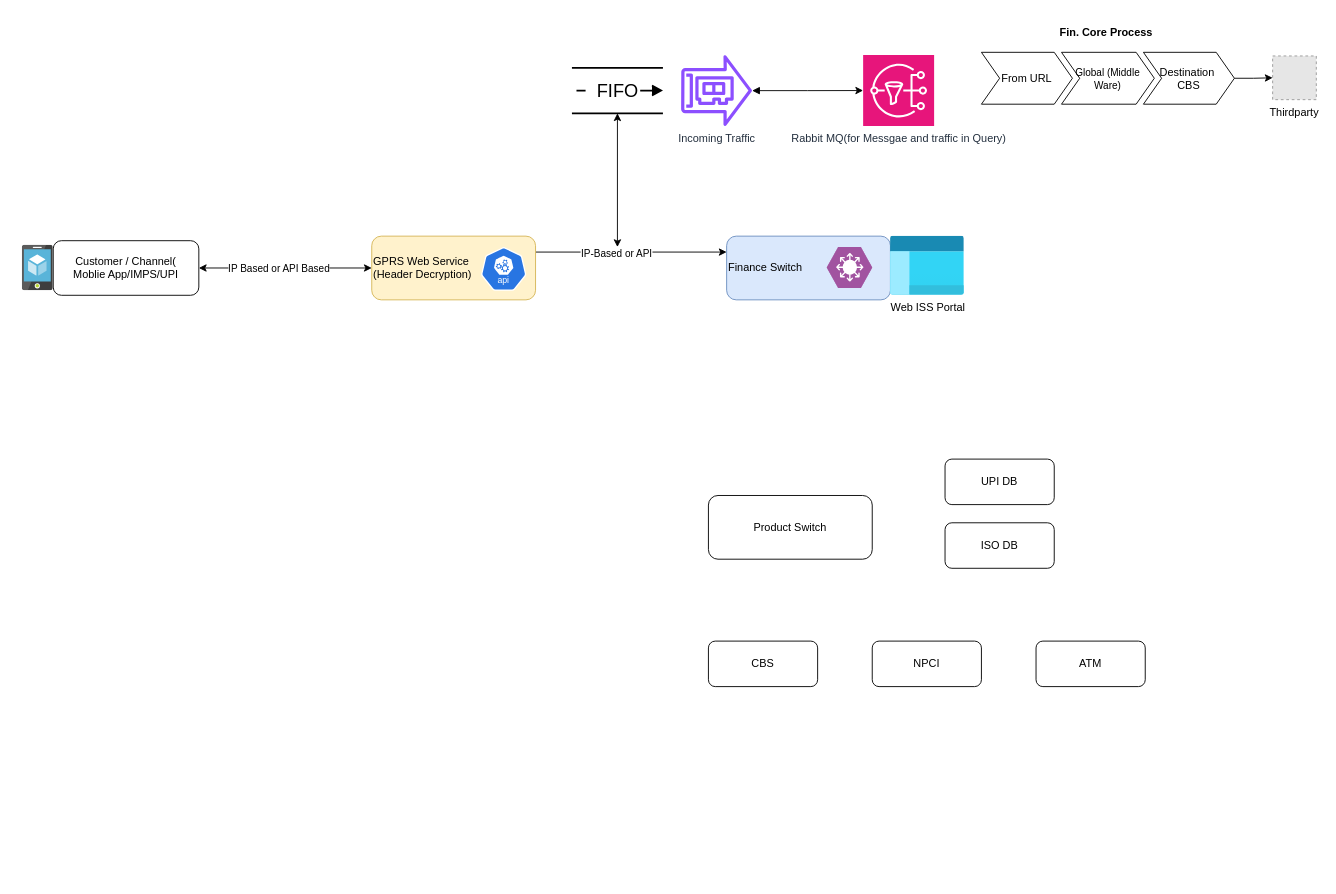
The draw.io diagram REDTEAM/Fin Flow.drawio in inarhsec/HexWriteUp, before the edit. Source tidied: cells renumbered, new cells numbered last; positions are measured from the earlier drawing's top-left corner, leaving out a move shared by most shapes. Both pictures are drawn from the tidied source at 91%, with x=0, y=0 at pixel (22, 22). Pictures stored in the file or linked from it are replaced by grey dashed boxes.
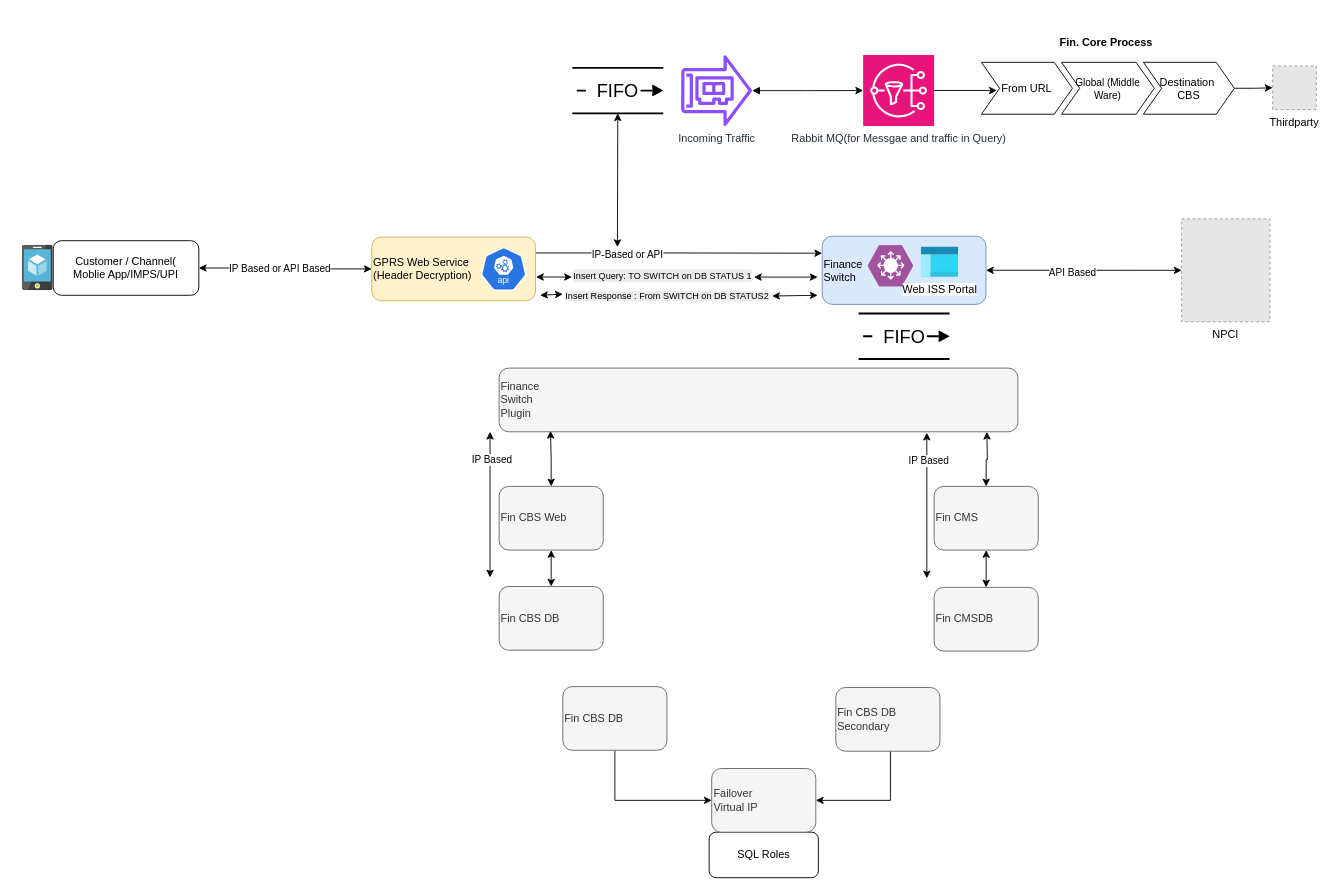
The same page after the edit.

The change refers to these unchanged cells:
```xml
<mxCell id="5" style="edgeStyle=orthogonalEdgeStyle;rounded=0;jettySize=auto;html=1;exitX=1;exitY=0.25;exitDx=0;exitDy=0;entryX=0;entryY=0.25;entryDx=0;entryDy=0;" parent="1" edge="1" source="7" target="8">
  <mxGeometry relative="1" as="geometry" />
</mxCell>
<mxCell id="31" value="Rabbit MQ(for Messgae and traffic in Query)" style="sketch=0;points=[[0,0,0],[0.25,0,0],[0.5,0,0],[0.75,0,0],[1,0,0],[0,1,0],[0.25,1,0],[0.5,1,0],[0.75,1,0],[1,1,0],[0,0.25,0],[0,0.5,0],[0,0.75,0],[1,0.25,0],[1,0.5,0],[1,0.75,0]];outlineConnect=0;fontColor=#232F3E;fillColor=#E7157B;strokeColor=#ffffff;dashed=0;verticalLabelPosition=bottom;verticalAlign=top;align=center;html=1;fontSize=12;fontStyle=0;shape=mxgraph.aws4.resourceIcon;resIcon=mxgraph.aws4.sns;" parent="1" vertex="1">
  <mxGeometry x="924" y="36" width="78" height="78" as="geometry" />
</mxCell>
<mxCell id="34" value="From URL" style="shape=step;perimeter=stepPerimeter;fixedSize=1;points=[];whiteSpace=wrap;html=1;" parent="33" vertex="1">
  <mxGeometry x="10" y="33" width="100" height="57" as="geometry" />
</mxCell>
```

Diff of the diagram source:
```diff
@@
     <mxCell id="6" value="IP-Based or API" style="edgeLabel;html=1;align=center;verticalAlign=middle;" parent="5" vertex="1">
-      <mxGeometry x="-0.16" y="-1" relative="1" as="geometry" />
+      <mxGeometry x="-0.16" y="-1" relative="1" as="geometry">
+        <mxPoint x="-32" as="offset" />
+      </mxGeometry>
     </mxCell>
     <mxCell id="7" value="GPRS Web Service&#10;(Header Decryption)" style="rounded=1;whiteSpace=wrap;food=1;fillColor=#fff2cc;strokeColor=#d6b656;align=left;" parent="1" vertex="1">
-      <mxGeometry x="384" y="235" width="180" height="70" as="geometry" />
+      <mxGeometry x="384" y="236" width="180" height="70" as="geometry" />
     </mxCell>
+    <mxCell id="39" style="edgeStyle=orthogonalEdgeStyle;rounded=0;jettySize=auto;html=1;entryX=0;entryY=0.5;entryDx=0;entryDy=0;startArrow=classic;startFill=1;" parent="1" edge="1" source="8" target="13">
+      <mxGeometry relative="1" as="geometry" />
+    </mxCell>
+    <mxCell id="40" value="API Based" style="edgeLabel;html=1;align=center;verticalAlign=middle;" parent="39" vertex="1">
+      <mxGeometry x="-0.13" y="-2" relative="1" as="geometry" />
+    </mxCell>
-    <mxCell id="8" value="Finance Switch" style="rounded=1;whiteSpace=wrap;food=1;align=left;fillColor=#dae8fc;strokeColor=#6c8ebf;" parent="1" vertex="1">
-      <mxGeometry x="774" y="235" width="180" height="70" as="geometry" />
+    <mxCell id="8" value="Finance &#10;Switch" style="rounded=1;whiteSpace=wrap;food=1;align=left;fillColor=#dae8fc;strokeColor=#6c8ebf;" parent="1" vertex="1">
+      <mxGeometry x="879" y="235" width="180" height="75" as="geometry" />
     </mxCell>
-    <mxCell id="9" value="Product Switch" style="rounded=1;whiteSpace=wrap;food=1;" parent="1" vertex="1">
-      <mxGeometry x="754" y="520" width="180" height="70" as="geometry" />
-    </mxCell>
-    <mxCell id="10" value="UPI DB" style="rounded=1;whiteSpace=wrap;food=1;" parent="1" vertex="1">
-      <mxGeometry x="1014" y="480" width="120" height="50" as="geometry" />
-    </mxCell>
-    <mxCell id="11" value="ISO DB" style="rounded=1;whiteSpace=wrap;food=1;" parent="1" vertex="1">
-      <mxGeometry x="1014" y="550" width="120" height="50" as="geometry" />
-    </mxCell>
-    <mxCell id="12" value="CBS" style="rounded=1;whiteSpace=wrap;food=1;" parent="1" vertex="1">
-      <mxGeometry x="754" y="680" width="120" height="50" as="geometry" />
-    </mxCell>
-    <mxCell id="13" value="NPCI" style="rounded=1;whiteSpace=wrap;food=1;" parent="1" vertex="1">
-      <mxGeometry x="934" y="680" width="120" height="50" as="geometry" />
-    </mxCell>
-    <mxCell id="14" value="ATM" style="rounded=1;whiteSpace=wrap;food=1;" parent="1" vertex="1">
-      <mxGeometry x="1114" y="680" width="120" height="50" as="geometry" />
-    </mxCell>
@@
-    <mxCell id="18" style="endArrow=classic;" parent="1" edge="1" source="8" target="9" />
+    <mxCell id="18" style="endArrow=classic;" parent="1" edge="1" source="8" />
-    <mxCell id="19" style="endArrow=classic;" parent="1" edge="1" source="9" target="10" />
+    <mxCell id="19" style="endArrow=classic;" parent="1" edge="1" />
-    <mxCell id="20" style="endArrow=classic;" parent="1" edge="1" source="9" target="11" />
+    <mxCell id="20" style="endArrow=classic;" parent="1" edge="1" />
-    <mxCell id="21" style="endArrow=classic;" parent="1" edge="1" source="9" target="12" />
+    <mxCell id="21" style="endArrow=classic;" parent="1" edge="1" />
-    <mxCell id="22" style="endArrow=classic;" parent="1" edge="1" source="12" target="13" />
+    <mxCell id="22" style="endArrow=classic;" parent="1" edge="1" />
-    <mxCell id="23" style="endArrow=classic;" parent="1" edge="1" source="13" target="14" />
+    <mxCell id="23" style="endArrow=classic;" parent="1" edge="1" />
@@
     <mxCell id="26" style="verticalLabelPosition=bottom;sketch=0;html=1;fillColor=#A153A0;strokeColor=#ffffff;verticalAlign=top;align=center;shape=mxgraph.cisco_safe.compositeIcon;bgIcon=mxgraph.cisco_safe.design.blank_device;resIcon=mxgraph.cisco_safe.design.l3_switch;" parent="1" vertex="1">
-      <mxGeometry x="884" y="247" width="50" height="45" as="geometry" />
+      <mxGeometry x="929" y="245" width="50" height="45" as="geometry" />
     </mxCell>
     <mxCell id="27" value="Web ISS Portal" style="image;html=1;align=center;fontSize=12;image=img/lib/azure2/general/Management_Portal.svg;" parent="1" vertex="1">
-      <mxGeometry x="954" y="235" width="81.2" height="65" as="geometry" />
+      <mxGeometry x="987.8" y="247" width="41.2" height="33" as="geometry" />
     </mxCell>
@@
     <mxCell id="29" value="FIFO" style="strokeWidth=2;html=1;shape=mxgraph.lean_mapping.fifo_sequence_flow;fontStyle=0;fontSize=20;align=center;" parent="1" vertex="1">
-      <mxGeometry x="604" y="50" width="100" height="50" as="geometry" />
+      <mxGeometry x="604.4" y="50" width="100" height="50" as="geometry" />
     </mxCell>
@@
     <mxCell id="33" value="Fin. Core Process&amp;nbsp;" style="swimlane;horizontal=1;fillColor=none;strokeColor=none;stackBorder=10;align=center;whiteSpace=wrap;html=1;" parent="1" vertex="1">
-      <mxGeometry x="1044" width="298" height="100" as="geometry" />
+      <mxGeometry x="1044" y="11" width="298" height="100" as="geometry" />
     </mxCell>
@@
     <mxCell id="37" value="Thirdparty" style="fillColor=#E6E6E6;strokeColor=#999999;dashed=1;verticalLabelPosition=bottom;labelBackgroundColor=default;verticalAlign=top;" parent="1" vertex="1">
-      <mxGeometry x="1374" y="37" width="48" height="48" as="geometry" />
+      <mxGeometry x="1374" y="48" width="48" height="48" as="geometry" />
     </mxCell>
@@
+    <mxCell id="13" value="NPCI" style="fillColor=#E6E6E6;strokeColor=#999999;dashed=1;verticalLabelPosition=bottom;labelBackgroundColor=default;verticalAlign=top;" parent="1" vertex="1">
+      <mxGeometry x="1274" y="216" width="97" height="113.1" as="geometry" />
+    </mxCell>
+    <mxCell id="41" value="Finance &#10;Switch&#10;Plugin" style="rounded=1;whiteSpace=wrap;food=1;align=left;fillColor=#f5f5f5;strokeColor=#666666;fontColor=#333333;" parent="1" vertex="1">
+      <mxGeometry x="524" y="380" width="570" height="70" as="geometry" />
+    </mxCell>
+    <mxCell id="42" value="FIFO" style="strokeWidth=2;html=1;shape=mxgraph.lean_mapping.fifo_sequence_flow;fontStyle=0;fontSize=20;align=center;" parent="1" vertex="1">
+      <mxGeometry x="919" y="320" width="100" height="50" as="geometry" />
+    </mxCell>
+    <mxCell id="43" style="edgeStyle=orthogonalEdgeStyle;rounded=0;jettySize=auto;html=1;entryX=0.5;entryY=0;entryDx=0;entryDy=0;startArrow=classic;startFill=1;" parent="1" edge="1" source="44" target="45">
+      <mxGeometry relative="1" as="geometry" />
+    </mxCell>
+    <mxCell id="44" value="Fin CBS Web" style="rounded=1;whiteSpace=wrap;food=1;align=left;fillColor=#f5f5f5;strokeColor=#666666;fontColor=#333333;" parent="1" vertex="1">
+      <mxGeometry x="524" y="510" width="114.4" height="70" as="geometry" />
+    </mxCell>
+    <mxCell id="45" value="Fin CBS DB" style="rounded=1;whiteSpace=wrap;food=1;align=left;fillColor=#f5f5f5;strokeColor=#666666;fontColor=#333333;" parent="1" vertex="1">
+      <mxGeometry x="524" y="620" width="114.4" height="70" as="geometry" />
+    </mxCell>
+    <mxCell id="46" style="edgeStyle=orthogonalEdgeStyle;rounded=0;jettySize=auto;html=1;entryX=0.099;entryY=0.986;entryDx=0;entryDy=0;entryPerimeter=0;startArrow=classic;startFill=1;" parent="1" edge="1" source="44" target="41">
+      <mxGeometry relative="1" as="geometry" />
+    </mxCell>
+    <mxCell id="47" style="endArrow=classic;startArrow=classic;html=1;rounded=0;" parent="1" edge="1">
+      <mxGeometry relative="1" as="geometry">
+        <mxPoint x="514" y="610" as="sourcePoint" />
+        <mxPoint x="514" y="450" as="targetPoint" />
+      </mxGeometry>
+    </mxCell>
+    <mxCell id="48" value="IP Based" style="edgeLabel;html=1;align=center;verticalAlign=middle;" parent="47" vertex="1">
+      <mxGeometry x="0.28" y="-1" relative="1" as="geometry">
+        <mxPoint y="-28" as="offset" />
+      </mxGeometry>
+    </mxCell>
+    <mxCell id="49" style="edgeStyle=orthogonalEdgeStyle;rounded=0;jettySize=auto;html=1;entryX=0.5;entryY=0;entryDx=0;entryDy=0;startArrow=classic;startFill=1;" parent="1" edge="1" source="50" target="51">
+      <mxGeometry relative="1" as="geometry" />
+    </mxCell>
+    <mxCell id="50" value="Fin CMS" style="rounded=1;whiteSpace=wrap;food=1;align=left;fillColor=#f5f5f5;strokeColor=#666666;fontColor=#333333;" parent="1" vertex="1">
+      <mxGeometry x="1002" y="510" width="114.4" height="70" as="geometry" />
+    </mxCell>
+    <mxCell id="51" value="Fin CMSDB" style="rounded=1;whiteSpace=wrap;food=1;align=left;fillColor=#f5f5f5;strokeColor=#666666;fontColor=#333333;" parent="1" vertex="1">
+      <mxGeometry x="1002" y="621" width="114.4" height="70" as="geometry" />
+    </mxCell>
+    <mxCell id="52" style="edgeStyle=orthogonalEdgeStyle;rounded=0;jettySize=auto;html=1;entryX=0.099;entryY=0.986;entryDx=0;entryDy=0;entryPerimeter=0;startArrow=classic;startFill=1;" parent="1" edge="1" source="50">
+      <mxGeometry relative="1" as="geometry">
+        <mxPoint x="1060" y="450" as="targetPoint" />
+      </mxGeometry>
+    </mxCell>
+    <mxCell id="53" style="endArrow=classic;startArrow=classic;html=1;rounded=0;" parent="1" edge="1">
+      <mxGeometry relative="1" as="geometry">
+        <mxPoint x="994" y="611" as="sourcePoint" />
+        <mxPoint x="994" y="451" as="targetPoint" />
+      </mxGeometry>
+    </mxCell>
+    <mxCell id="54" value="IP Based" style="edgeLabel;html=1;align=center;verticalAlign=middle;" parent="53" vertex="1">
+      <mxGeometry x="0.28" y="-1" relative="1" as="geometry">
+        <mxPoint y="-28" as="offset" />
+      </mxGeometry>
+    </mxCell>
+    <mxCell id="55" value="SQL Roles" style="rounded=1;whiteSpace=wrap;food=1;" parent="1" vertex="1">
+      <mxGeometry x="754.8" y="890" width="120" height="50" as="geometry" />
+    </mxCell>
+    <mxCell id="56" style="edgeStyle=orthogonalEdgeStyle;rounded=0;jettySize=auto;html=1;entryX=0;entryY=0.5;entryDx=0;entryDy=0;" parent="1" edge="1" source="57" target="58">
+      <mxGeometry relative="1" as="geometry">
+        <Array as="points">
+          <mxPoint x="651" y="855" />
+        </Array>
+      </mxGeometry>
+    </mxCell>
+    <mxCell id="57" value="Fin CBS DB" style="rounded=1;whiteSpace=wrap;food=1;align=left;fillColor=#f5f5f5;strokeColor=#666666;fontColor=#333333;" parent="1" vertex="1">
+      <mxGeometry x="594" y="730" width="114.4" height="70" as="geometry" />
+    </mxCell>
+    <mxCell id="58" value="Failover&#10;Virtual IP" style="rounded=1;whiteSpace=wrap;food=1;align=left;fillColor=#f5f5f5;strokeColor=#666666;fontColor=#333333;" parent="1" vertex="1">
+      <mxGeometry x="757.6" y="820" width="114.4" height="70" as="geometry" />
+    </mxCell>
+    <mxCell id="59" style="edgeStyle=orthogonalEdgeStyle;rounded=0;jettySize=auto;html=1;entryX=1;entryY=0.5;entryDx=0;entryDy=0;" parent="1" edge="1" source="60" target="58">
+      <mxGeometry relative="1" as="geometry">
+        <Array as="points">
+          <mxPoint x="954" y="855" />
+        </Array>
+      </mxGeometry>
+    </mxCell>
+    <mxCell id="60" value="Fin CBS DB Secondary" style="rounded=1;whiteSpace=wrap;food=1;align=left;fillColor=#f5f5f5;strokeColor=#666666;fontColor=#333333;" parent="1" vertex="1">
+      <mxGeometry x="894" y="731" width="114.4" height="70" as="geometry" />
+    </mxCell>
+    <mxCell id="61" style="endArrow=classic;startArrow=classic;html=1;rounded=0;" parent="1" edge="1" source="64">
+      <mxGeometry relative="1" as="geometry">
+        <mxPoint x="874" y="280" as="targetPoint" />
+      </mxGeometry>
+    </mxCell>
+    <mxCell id="62" style="endArrow=classic;startArrow=classic;html=1;rounded=0;" parent="1" edge="1">
+      <mxGeometry relative="1" as="geometry">
+        <mxPoint x="824" y="300.8" as="sourcePoint" />
+        <mxPoint x="874" y="300" as="targetPoint" />
+      </mxGeometry>
+    </mxCell>
+    <mxCell id="63" style="endArrow=classic;startArrow=classic;html=1;rounded=0;exitX=1.003;exitY=0.627;exitDx=0;exitDy=0;exitPerimeter=0;" parent="1" edge="1" source="7" target="64">
+      <mxGeometry relative="1" as="geometry" />
+    </mxCell>
+    <mxCell id="64" value="&lt;span style=&quot;color: rgb(0, 0, 0); font-family: Helvetica; font-style: normal; font-variant-ligatures: normal; font-variant-caps: normal; font-weight: 400; letter-spacing: normal; orphans: 2; text-align: center; text-indent: 0px; text-transform: none; widows: 2; word-spacing: 0px; -webkit-text-stroke-width: 0px; white-space: normal; background-color: rgb(236, 236, 236); text-decoration-thickness: initial; text-decoration-style: initial; text-decoration-color: initial; float: none; display: inline !important;&quot;&gt;&lt;font style=&quot;font-size: 10px;&quot;&gt;Insert Query: TO SWITCH on DB STATUS 1&lt;/font&gt;&lt;/span&gt;" style="text;whiteSpace=wrap;html=1;" parent="1" vertex="1">
+      <mxGeometry x="604" y="265" width="200" height="30" as="geometry" />
+    </mxCell>
+    <mxCell id="65" style="endArrow=classic;startArrow=classic;html=1;rounded=0;" parent="1" edge="1" target="66">
+      <mxGeometry relative="1" as="geometry">
+        <mxPoint x="569" y="300" as="sourcePoint" />
+      </mxGeometry>
+    </mxCell>
+    <mxCell id="66" value="&lt;br&gt;&lt;span style=&quot;color: rgb(0, 0, 0); font-family: Helvetica; font-size: 10px; font-style: normal; font-variant-ligatures: normal; font-variant-caps: normal; font-weight: 400; letter-spacing: normal; orphans: 2; text-align: center; text-indent: 0px; text-transform: none; widows: 2; word-spacing: 0px; -webkit-text-stroke-width: 0px; white-space: normal; background-color: rgb(236, 236, 236); text-decoration-thickness: initial; text-decoration-style: initial; text-decoration-color: initial; float: none; display: inline !important;&quot;&gt;Insert Response : From SWITCH on DB STATUS2&lt;/span&gt;" style="text;html=1;whiteSpace=wrap;strokeColor=none;fillColor=none;align=center;verticalAlign=middle;rounded=0;" parent="1" vertex="1">
+      <mxGeometry x="594" y="285" width="230" height="15" as="geometry" />
+    </mxCell>
+    <mxCell id="67" style="edgeStyle=orthogonalEdgeStyle;rounded=0;jettySize=auto;html=1;entryX=0.169;entryY=0.543;entryDx=0;entryDy=0;entryPerimeter=0;" parent="1" edge="1" source="31" target="34">
+      <mxGeometry relative="1" as="geometry" />
+    </mxCell>
```
